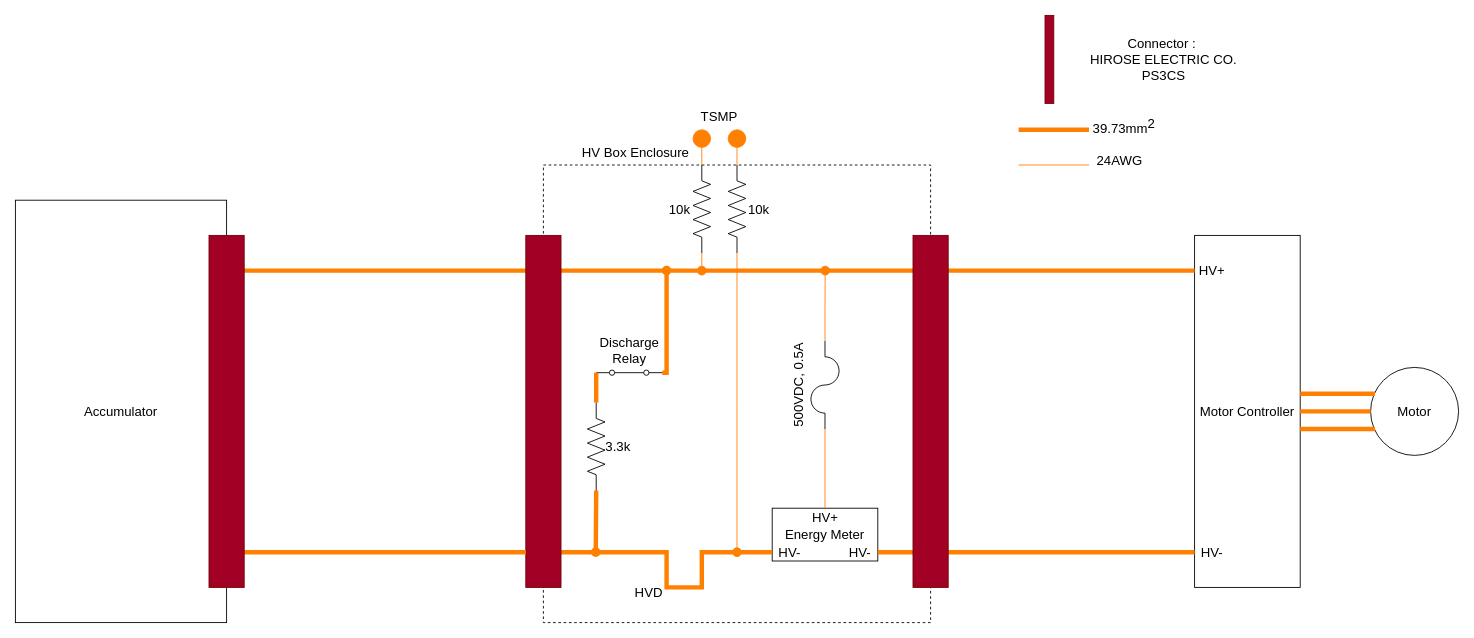
Before: page "TractiveSystemCircuit" (2 of 6) of EVCircuit.drawio in ST04-tkmr/drawio_Schematics, a draw.io diagram. Source tidied: cells renumbered, new cells numbered last; positions are measured from the earlier drawing's top-left corner, leaving out a move shared by most shapes. Both pictures are drawn from the tidied source at 88%, with x=0, y=0 at pixel (15, 15).
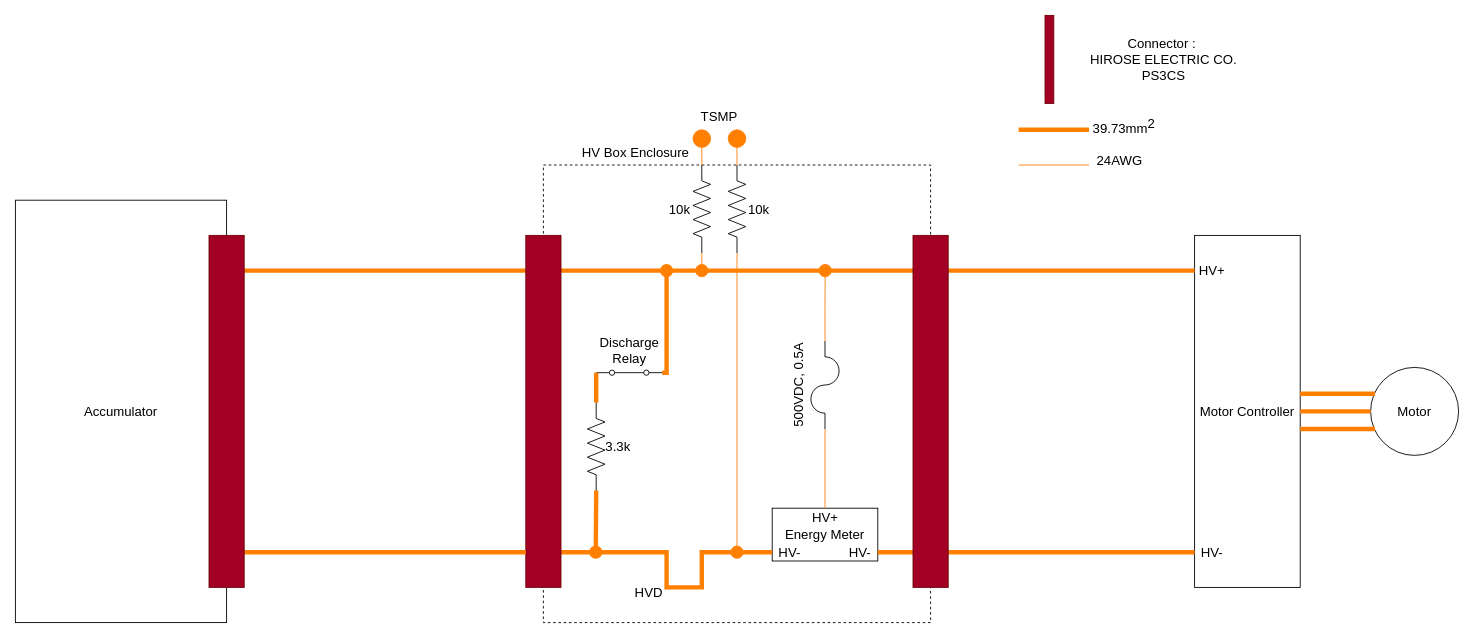
Above is the later version.

Commit message (it also covers changes not shown here):
EVCircuit.drawio を更新します

Unchanged cells that the change refers to:
```xml
<mxCell id="15" style="verticalLabelPosition=bottom;shadow=0;dashed=0;align=center;html=1;verticalAlign=top;shape=mxgraph.electrical.miscellaneous.fuse_4;fontFamily=Helvetica;fontSize=15;fontColor=default;direction=south;" parent="1" vertex="1">
  <mxGeometry x="904" y="370" width="32" height="100" as="geometry" />
</mxCell>
<mxCell id="18" style="verticalLabelPosition=bottom;shadow=0;dashed=0;align=center;html=1;verticalAlign=top;shape=mxgraph.electrical.resistors.resistor_2;direction=north;fontSize=15;" parent="1" vertex="1">
  <mxGeometry x="770" y="170" width="20" height="100" as="geometry" />
</mxCell>
<mxCell id="21" style="verticalLabelPosition=bottom;shadow=0;dashed=0;align=center;html=1;verticalAlign=top;shape=mxgraph.electrical.resistors.resistor_2;direction=north;fontSize=15;" parent="1" vertex="1">
  <mxGeometry x="810" y="170" width="20" height="100" as="geometry" />
</mxCell>
<mxCell id="28" style="html=1;shape=mxgraph.electrical.electro-mechanical.singleSwitch;elSwitchState=on;fontSize=15;" parent="1" vertex="1">
  <mxGeometry x="660" y="390" width="75" height="20" as="geometry" />
</mxCell>
<mxCell id="31" style="verticalLabelPosition=bottom;shadow=0;dashed=0;align=center;html=1;verticalAlign=top;shape=mxgraph.electrical.resistors.resistor_2;direction=north;fontSize=15;" parent="1" vertex="1">
  <mxGeometry x="650" y="440" width="20" height="100" as="geometry" />
</mxCell>
```

The edit, as a diff of the source:
```diff
@@
-    <mxCell id="14" style="edgeStyle=orthogonalEdgeStyle;shape=connector;rounded=0;jettySize=auto;html=1;exitX=0;exitY=0.5;exitDx=0;exitDy=0;exitPerimeter=0;labelBackgroundColor=default;strokeColor=#FF8000;fontFamily=Helvetica;fontSize=15;fontColor=default;endArrow=oval;endFill=1;endSize=10;" parent="1" edge="1" source="15">
+    <mxCell id="14" style="edgeStyle=orthogonalEdgeStyle;shape=connector;rounded=0;jettySize=auto;html=1;exitX=0;exitY=0.5;exitDx=0;exitDy=0;exitPerimeter=0;labelBackgroundColor=default;strokeColor=#FF8000;fontFamily=Helvetica;fontSize=15;fontColor=default;endArrow=oval;endFill=1;endSize=14;" parent="1" edge="1" source="15">
       <mxGeometry relative="1" as="geometry">
         <mxPoint x="920.2" y="290" as="targetPoint" />
       </mxGeometry>
     </mxCell>
@@
-    <mxCell id="17" style="edgeStyle=orthogonalEdgeStyle;shape=connector;rounded=0;jettySize=auto;html=1;exitX=0;exitY=0.5;exitDx=0;exitDy=0;exitPerimeter=0;labelBackgroundColor=default;strokeColor=#FF8000;fontFamily=Helvetica;fontSize=15;fontColor=default;endArrow=oval;endFill=1;strokeWidth=1;endSize=10;" parent="1" edge="1" source="18">
+    <mxCell id="17" style="edgeStyle=orthogonalEdgeStyle;shape=connector;rounded=0;jettySize=auto;html=1;exitX=0;exitY=0.5;exitDx=0;exitDy=0;exitPerimeter=0;labelBackgroundColor=default;strokeColor=#FF8000;fontFamily=Helvetica;fontSize=15;fontColor=default;endArrow=oval;endFill=1;strokeWidth=1;endSize=14;startSize=10;" parent="1" edge="1" source="18">
       <mxGeometry relative="1" as="geometry">
         <mxPoint x="780" y="290" as="targetPoint" />
       </mxGeometry>
     </mxCell>
@@
-    <mxCell id="20" style="edgeStyle=orthogonalEdgeStyle;shape=connector;rounded=0;jettySize=auto;html=1;exitX=0;exitY=0.5;exitDx=0;exitDy=0;exitPerimeter=0;labelBackgroundColor=default;strokeColor=#FF8000;fontFamily=Helvetica;fontSize=15;fontColor=default;endArrow=oval;endFill=1;strokeWidth=1;endSize=10;" parent="1" edge="1" source="21">
+    <mxCell id="20" style="edgeStyle=orthogonalEdgeStyle;shape=connector;rounded=0;jettySize=auto;html=1;exitX=0;exitY=0.5;exitDx=0;exitDy=0;exitPerimeter=0;labelBackgroundColor=default;strokeColor=#FF8000;fontFamily=Helvetica;fontSize=15;fontColor=default;endArrow=oval;endFill=1;strokeWidth=1;endSize=14;" parent="1" edge="1" source="21">
       <mxGeometry relative="1" as="geometry">
         <mxPoint x="820" y="610" as="targetPoint" />
       </mxGeometry>
     </mxCell>
@@
-    <mxCell id="27" style="edgeStyle=orthogonalEdgeStyle;rounded=0;jettySize=auto;html=1;exitX=1;exitY=0.8;exitDx=0;exitDy=0;endArrow=oval;endFill=1;strokeWidth=5;strokeColor=#FF8000;fontSize=15;" parent="1" edge="1" source="28">
+    <mxCell id="27" style="edgeStyle=orthogonalEdgeStyle;rounded=0;jettySize=auto;html=1;exitX=1;exitY=0.8;exitDx=0;exitDy=0;endArrow=oval;endFill=1;strokeWidth=5;strokeColor=#FF8000;fontSize=15;endSize=10;" parent="1" edge="1" source="28">
       <mxGeometry relative="1" as="geometry">
         <mxPoint x="740" y="290" as="targetPoint" />
         <Array as="points">
           <mxPoint x="740" y="406" />
         </Array>
       </mxGeometry>
     </mxCell>
@@
-    <mxCell id="30" style="edgeStyle=orthogonalEdgeStyle;shape=connector;rounded=0;jettySize=auto;html=1;exitX=0;exitY=0.5;exitDx=0;exitDy=0;exitPerimeter=0;labelBackgroundColor=default;strokeColor=#FF8000;fontFamily=Helvetica;fontSize=15;fontColor=default;endArrow=oval;endFill=1;strokeWidth=5;" parent="1" edge="1" source="31">
+    <mxCell id="30" style="edgeStyle=orthogonalEdgeStyle;shape=connector;rounded=0;jettySize=auto;html=1;exitX=0;exitY=0.5;exitDx=0;exitDy=0;exitPerimeter=0;labelBackgroundColor=default;strokeColor=#FF8000;fontFamily=Helvetica;fontSize=15;fontColor=default;endArrow=oval;endFill=1;strokeWidth=5;endSize=10;" parent="1" edge="1" source="31">
       <mxGeometry relative="1" as="geometry">
         <mxPoint x="659.5" y="610" as="targetPoint" />
       </mxGeometry>
     </mxCell>
```
